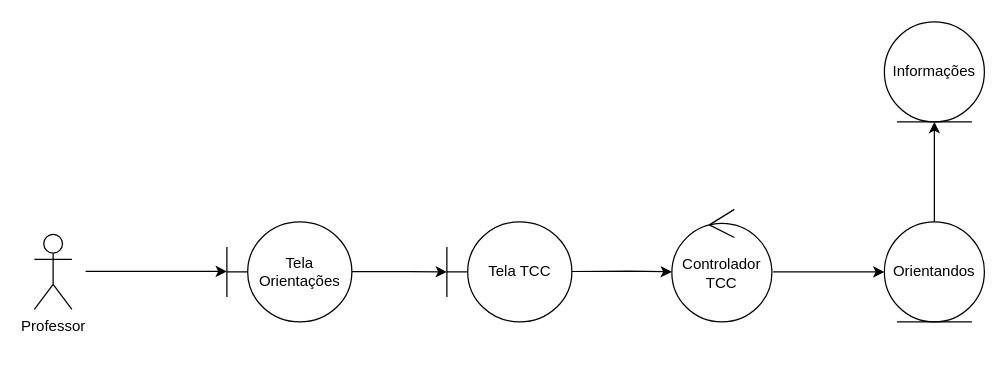
Before: Diagramas de Robustez/UC21.drawio in Blaaksing/APS-2025.1, a draw.io diagram. Source tidied: cells renumbered, new cells numbered last; positions are measured from the earlier drawing's top-left corner, leaving out a move shared by most shapes. Both pictures are drawn from the tidied source at 125%, with x=0, y=0 at pixel (34, 21).
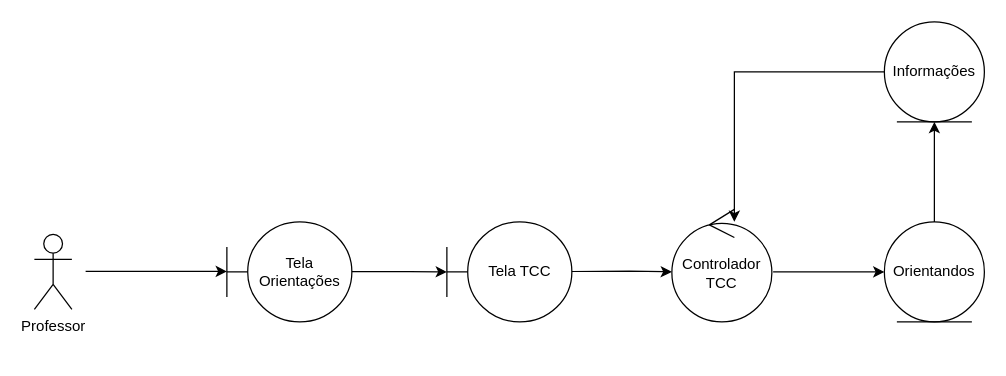
Above is the later version.

Commit message (it also covers changes not shown here):
Adição de diagramas de robustez

Unchanged cells that the change refers to:
```xml
<mxCell id="7" value="Controlador TCC" style="ellipse;shape=umlControl;whiteSpace=wrap;html=1;" parent="1" vertex="1">
  <mxGeometry x="510" y="150" width="80" height="90" as="geometry" />
</mxCell>
<mxCell id="10" value="Informações" style="ellipse;shape=umlEntity;whiteSpace=wrap;html=1;" parent="1" vertex="1">
  <mxGeometry x="680" width="80" height="80" as="geometry" />
</mxCell>
```

What changed in the source:
```diff
@@
+    <mxCell id="13" style="endArrow=classic;html=1;rounded=0;exitX=0;exitY=0.5;exitDx=0;exitDy=0;entryX=0.625;entryY=0.111;entryDx=0;entryDy=0;entryPerimeter=0;" parent="1" edge="1" source="10" target="7">
+      <mxGeometry relative="1" as="geometry">
+        <Array as="points">
+          <mxPoint x="560" y="40" />
+        </Array>
+      </mxGeometry>
+    </mxCell>
```
